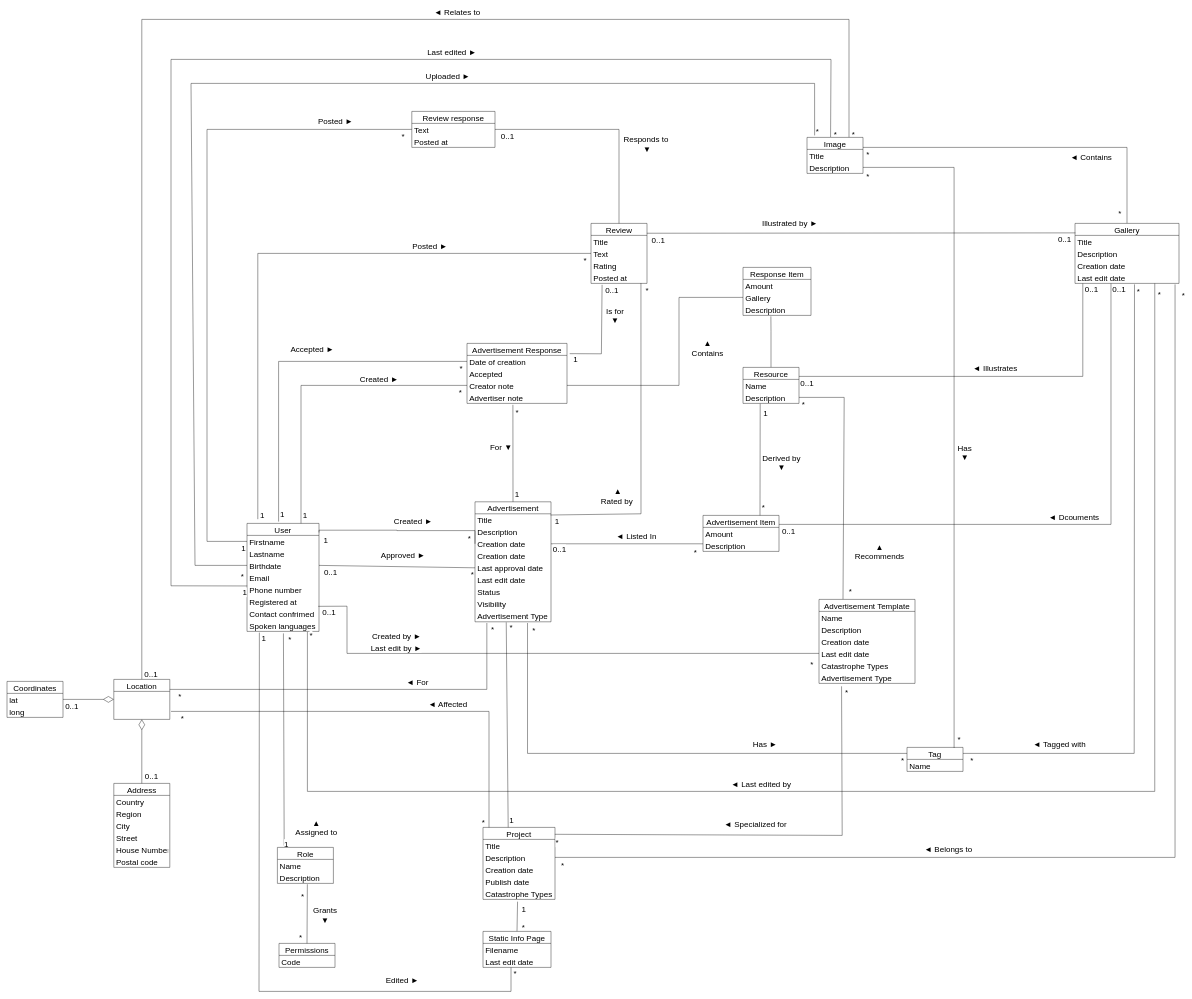
The draw.io diagram models/technology/rawfiles/edigio_entities.drawio in opendatalabcz/Edigio, before the edit. Source tidied: cells renumbered, new cells numbered last; positions are measured from the earlier drawing's top-left corner, leaving out a move shared by most shapes. Both pictures are drawn from the tidied source at 40%, with x=0, y=0 at pixel (7, 19).
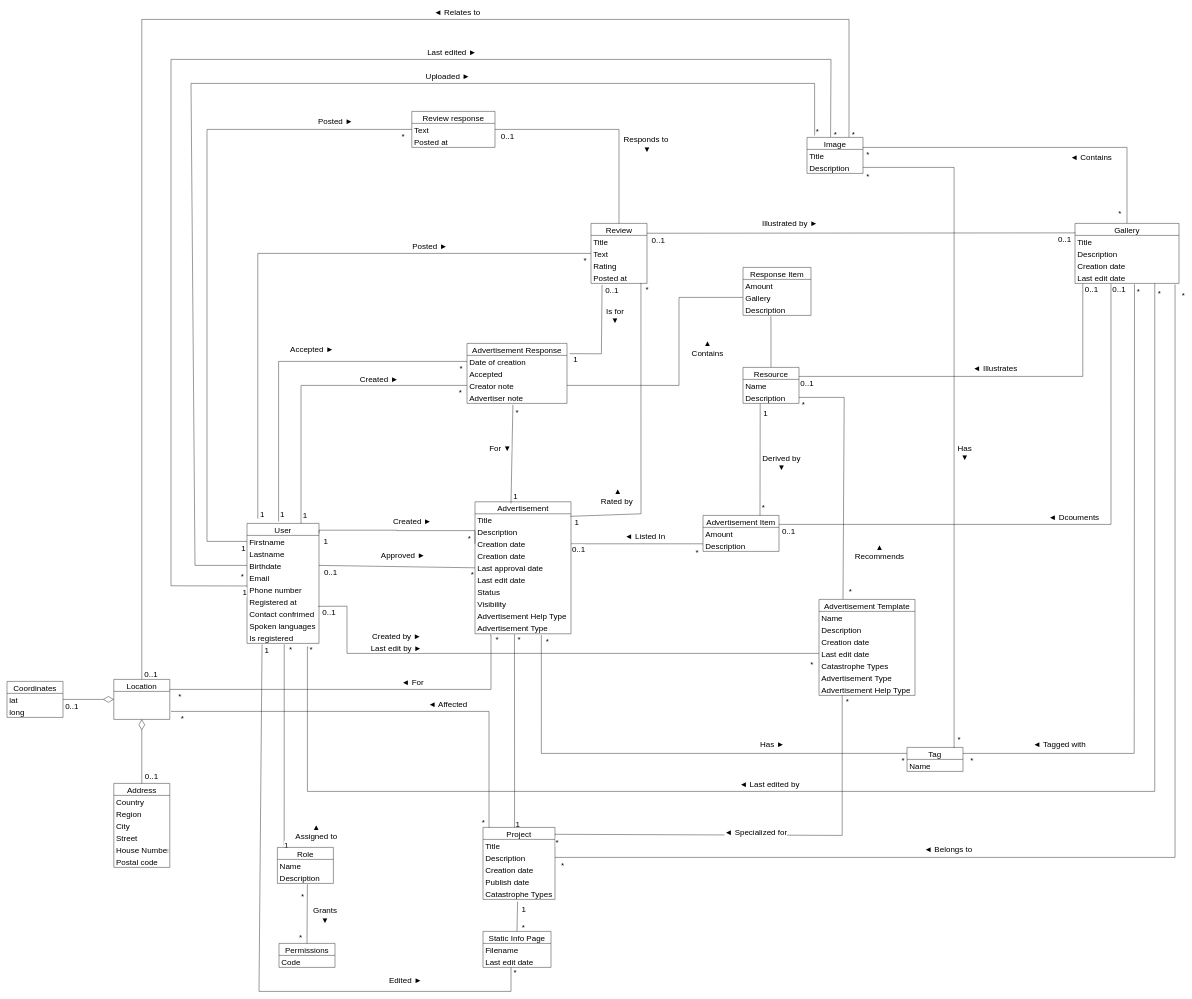
Above is the later version.

The change refers to these unchanged cells:
```xml
<mxCell id="17" value="Spoken languages" style="text;strokeColor=none;fillColor=none;align=left;verticalAlign=middle;spacingLeft=4;spacingRight=4;overflow=hidden;points=[[0,0.5],[1,0.5]];portConstraint=eastwest;fontSize=20;" parent="9" vertex="1">
  <mxGeometry y="240" width="180" height="30" as="geometry" />
</mxCell>
<mxCell id="53" value="Advertiser note" style="text;strokeColor=none;fillColor=none;align=left;verticalAlign=middle;spacingLeft=4;spacingRight=4;overflow=hidden;points=[[0,0.5],[1,0.5]];portConstraint=eastwest;fontSize=20;" parent="49" vertex="1">
  <mxGeometry y="120" width="250" height="30" as="geometry" />
</mxCell>
<mxCell id="72" value="Role" style="swimlane;fontStyle=0;horizontal=1;startSize=30;fontSize=20;" parent="1" vertex="1">
  <mxGeometry x="676" y="2070" width="140" height="90" as="geometry" />
</mxCell>
<mxCell id="114" value="Last edit date" style="text;strokeColor=none;fillColor=none;align=left;verticalAlign=middle;spacingLeft=4;spacingRight=4;overflow=hidden;points=[[0,0.5],[1,0.5]];portConstraint=eastwest;fontSize=20;" parent="110" vertex="1">
  <mxGeometry y="120" width="260" height="30" as="geometry" />
</mxCell>
<mxCell id="115" value="Tag" style="swimlane;fontStyle=0;horizontal=1;startSize=30;fontSize=20;" parent="1" vertex="1">
  <mxGeometry x="2250" y="1820" width="140" height="60" as="geometry" />
</mxCell>
<mxCell id="124" value="Project" style="swimlane;fontStyle=0;horizontal=1;startSize=30;fontSize=20;" parent="1" vertex="1">
  <mxGeometry x="1190" y="2020" width="180" height="180" as="geometry" />
</mxCell>
<mxCell id="143" value="Last edit date" style="text;strokeColor=none;fillColor=none;align=left;verticalAlign=middle;spacingLeft=4;spacingRight=4;overflow=hidden;points=[[0,0.5],[1,0.5]];portConstraint=eastwest;fontSize=20;" parent="141" vertex="1">
  <mxGeometry y="60" width="170" height="30" as="geometry" />
</mxCell>
<mxCell id="148" value="Location" style="swimlane;fontStyle=0;horizontal=1;startSize=30;fontSize=20;" parent="1" vertex="1">
  <mxGeometry x="267" y="1650" width="140" height="100" as="geometry" />
</mxCell>
<mxCell id="165" value="Advertisement Type" style="text;strokeColor=none;fillColor=none;align=left;verticalAlign=middle;spacingLeft=4;spacingRight=4;overflow=hidden;points=[[0,0.5],[1,0.5]];portConstraint=eastwest;fontSize=20;" parent="159" vertex="1">
  <mxGeometry y="180" width="240" height="30" as="geometry" />
</mxCell>
```

Diff of the diagram source:
```diff
@@
     <mxCell id="9" value="User" style="swimlane;fontStyle=0;horizontal=1;startSize=30;fontSize=20;" parent="1" vertex="1">
-      <mxGeometry x="600" y="1260" width="180" height="270" as="geometry" />
+      <mxGeometry x="600" y="1260" width="180" height="300" as="geometry" />
     </mxCell>
@@
+    <mxCell id="224" value="Is registered" style="text;strokeColor=none;fillColor=none;align=left;verticalAlign=middle;spacingLeft=4;spacingRight=4;overflow=hidden;points=[[0,0.5],[1,0.5]];portConstraint=eastwest;fontSize=20;" parent="9" vertex="1">
+      <mxGeometry y="270" width="180" height="30" as="geometry" />
+    </mxCell>
@@
     <mxCell id="21" value="Advertisement" style="swimlane;fontStyle=0;horizontal=1;startSize=30;fontSize=20;" parent="1" vertex="1">
-      <mxGeometry x="1170" y="1206" width="190" height="300" as="geometry" />
+      <mxGeometry x="1170" y="1206" width="240" height="330" as="geometry" />
     </mxCell>
     <mxCell id="22" value="Title" style="text;strokeColor=none;fillColor=none;align=left;verticalAlign=middle;spacingLeft=4;spacingRight=4;overflow=hidden;fontSize=20;" parent="21" vertex="1">
-      <mxGeometry y="30" width="190" height="30" as="geometry" />
+      <mxGeometry y="30" width="240" height="30" as="geometry" />
     </mxCell>
     <mxCell id="23" value="Description" style="text;strokeColor=none;fillColor=none;align=left;verticalAlign=middle;spacingLeft=4;spacingRight=4;overflow=hidden;fontSize=20;" parent="21" vertex="1">
-      <mxGeometry y="60" width="190" height="30" as="geometry" />
+      <mxGeometry y="60" width="240" height="30" as="geometry" />
     </mxCell>
     <mxCell id="24" value="Creation date" style="text;strokeColor=none;fillColor=none;align=left;verticalAlign=middle;spacingLeft=4;spacingRight=4;overflow=hidden;points=[[0,0.5],[1,0.5]];portConstraint=eastwest;fontSize=20;" parent="21" vertex="1">
-      <mxGeometry y="90" width="190" height="30" as="geometry" />
+      <mxGeometry y="90" width="240" height="30" as="geometry" />
     </mxCell>
     <mxCell id="25" value="Creation date" style="text;strokeColor=none;fillColor=none;align=left;verticalAlign=middle;spacingLeft=4;spacingRight=4;overflow=hidden;fontSize=20;" parent="21" vertex="1">
-      <mxGeometry y="120" width="190" height="30" as="geometry" />
+      <mxGeometry y="120" width="240" height="30" as="geometry" />
     </mxCell>
     <mxCell id="26" value="Last approval date" style="text;strokeColor=none;fillColor=none;align=left;verticalAlign=middle;spacingLeft=4;spacingRight=4;overflow=hidden;points=[[0,0.5],[1,0.5]];portConstraint=eastwest;fontSize=20;" parent="21" vertex="1">
-      <mxGeometry y="150" width="190" height="30" as="geometry" />
+      <mxGeometry y="150" width="240" height="30" as="geometry" />
     </mxCell>
     <mxCell id="27" value="Last edit date" style="text;strokeColor=none;fillColor=none;align=left;verticalAlign=middle;spacingLeft=4;spacingRight=4;overflow=hidden;fontSize=20;" parent="21" vertex="1">
-      <mxGeometry y="180" width="190" height="30" as="geometry" />
+      <mxGeometry y="180" width="240" height="30" as="geometry" />
     </mxCell>
     <mxCell id="28" value="Status" style="text;strokeColor=none;fillColor=none;align=left;verticalAlign=middle;spacingLeft=4;spacingRight=4;overflow=hidden;fontSize=20;" parent="21" vertex="1">
-      <mxGeometry y="210" width="190" height="30" as="geometry" />
+      <mxGeometry y="210" width="240" height="30" as="geometry" />
     </mxCell>
     <mxCell id="29" value="Visibility" style="text;strokeColor=none;fillColor=none;align=left;verticalAlign=middle;spacingLeft=4;spacingRight=4;overflow=hidden;fontSize=20;" parent="21" vertex="1">
-      <mxGeometry y="240" width="190" height="30" as="geometry" />
+      <mxGeometry y="240" width="240" height="30" as="geometry" />
     </mxCell>
+    <mxCell id="225" value="Advertisement Help Type" style="text;strokeColor=none;fillColor=none;align=left;verticalAlign=middle;spacingLeft=4;spacingRight=4;overflow=hidden;fontSize=20;" parent="21" vertex="1">
+      <mxGeometry y="270" width="240" height="30" as="geometry" />
+    </mxCell>
     <mxCell id="30" value="Advertisement Type" style="text;strokeColor=none;fillColor=none;align=left;verticalAlign=middle;spacingLeft=4;spacingRight=4;overflow=hidden;points=[[0,0.5],[1,0.5]];portConstraint=eastwest;fontSize=20;" parent="21" vertex="1">
-      <mxGeometry y="270" width="190" height="30" as="geometry" />
+      <mxGeometry y="300" width="240" height="30" as="geometry" />
     </mxCell>
@@
-    <mxCell id="38" style="edgeStyle=none;rounded=0;jettySize=auto;html=1;entryX=0.5;entryY=0;entryDx=0;entryDy=0;endArrow=none;endFill=0;verticalAlign=bottom;fontSize=20;exitX=0.459;exitY=1.119;exitDx=0;exitDy=0;exitPerimeter=0;" parent="1" edge="1" source="53" target="21">
+    <mxCell id="38" style="edgeStyle=none;rounded=0;jettySize=auto;html=1;entryX=0.375;entryY=0.012;entryDx=0;entryDy=0;endArrow=none;endFill=0;verticalAlign=bottom;fontSize=20;exitX=0.459;exitY=1.119;exitDx=0;exitDy=0;exitPerimeter=0;entryPerimeter=0;" parent="1" edge="1" source="53" target="21">
       <mxGeometry relative="1" as="geometry" />
     </mxCell>
@@
-    <mxCell id="68" style="edgeStyle=none;rounded=0;jettySize=auto;html=1;exitX=0.121;exitY=-0.05;exitDx=0;exitDy=0;fontSize=20;endArrow=none;endFill=0;verticalAlign=bottom;exitPerimeter=0;entryX=0.506;entryY=1.167;entryDx=0;entryDy=0;entryPerimeter=0;" parent="1" edge="1" source="72" target="17">
+    <mxCell id="68" style="edgeStyle=none;rounded=0;jettySize=auto;html=1;exitX=0.121;exitY=-0.05;exitDx=0;exitDy=0;fontSize=20;endArrow=none;endFill=0;verticalAlign=bottom;exitPerimeter=0;entryX=0.517;entryY=1.07;entryDx=0;entryDy=0;entryPerimeter=0;" parent="1" edge="1" source="72" target="224">
       <mxGeometry relative="1" as="geometry" />
     </mxCell>
@@
-    <mxCell id="117" style="edgeStyle=none;rounded=0;jettySize=auto;html=1;fontSize=20;endArrow=none;endFill=0;verticalAlign=bottom;exitX=0.35;exitY=0.004;exitDx=0;exitDy=0;exitPerimeter=0;entryX=0.411;entryY=1.044;entryDx=0;entryDy=0;entryPerimeter=0;" parent="1" edge="1" source="124" target="30">
-      <mxGeometry relative="1" as="geometry" />
+    <mxCell id="117" style="edgeStyle=none;rounded=0;jettySize=auto;html=1;fontSize=20;endArrow=none;endFill=0;verticalAlign=bottom;entryX=0.411;entryY=1.044;entryDx=0;entryDy=0;entryPerimeter=0;" parent="1" edge="1" target="30">
+      <mxGeometry relative="1" as="geometry">
+        <mxPoint x="1269" y="2030" as="sourcePoint" />
+      </mxGeometry>
     </mxCell>
@@
-    <mxCell id="134" style="edgeStyle=none;rounded=0;jettySize=auto;html=1;fontSize=20;endArrow=none;endFill=0;verticalAlign=bottom;entryX=0.412;entryY=1;entryDx=0;entryDy=0;entryPerimeter=0;exitX=0.172;exitY=1.1;exitDx=0;exitDy=0;exitPerimeter=0;" parent="1" edge="1" source="17" target="143">
+    <mxCell id="134" style="edgeStyle=none;rounded=0;jettySize=auto;html=1;fontSize=20;endArrow=none;endFill=0;verticalAlign=bottom;entryX=0.412;entryY=1;entryDx=0;entryDy=0;entryPerimeter=0;exitX=0.209;exitY=1.07;exitDx=0;exitDy=0;exitPerimeter=0;" parent="1" edge="1" source="224" target="143">
       <mxGeometry relative="1" as="geometry">
         <Array as="points">
           <mxPoint x="630" y="2430" />
           <mxPoint x="1260" y="2430" />
         </Array>
       </mxGeometry>
     </mxCell>
@@
     <mxCell id="159" value="Advertisement Template" style="swimlane;fontStyle=0;horizontal=1;startSize=30;fontSize=20;" parent="1" vertex="1">
-      <mxGeometry x="2030" y="1450" width="240" height="210" as="geometry" />
+      <mxGeometry x="2030" y="1450" width="240" height="240" as="geometry" />
     </mxCell>
@@
+    <mxCell id="226" value="Advertisement Help Type" style="text;strokeColor=none;fillColor=none;align=left;verticalAlign=middle;spacingLeft=4;spacingRight=4;overflow=hidden;fontSize=20;" parent="159" vertex="1">
+      <mxGeometry y="210" width="240" height="30" as="geometry" />
+    </mxCell>
     <mxCell id="166" style="edgeStyle=orthogonalEdgeStyle;rounded=0;jettySize=auto;html=1;fontSize=20;endArrow=none;endFill=0;verticalAlign=bottom;exitX=1;exitY=0.25;exitDx=0;exitDy=0;entryX=0.156;entryY=1.1;entryDx=0;entryDy=0;entryPerimeter=0;" parent="1" edge="1" source="148" target="30">
       <mxGeometry relative="1" as="geometry">
         <Array as="points">
-          <mxPoint x="1200" y="1675" />
+          <mxPoint x="1210" y="1675" />
+          <mxPoint x="1210" y="1539" />
         </Array>
       </mxGeometry>
     </mxCell>
@@
-    <mxCell id="170" style="edgeStyle=orthogonalEdgeStyle;rounded=0;jettySize=auto;html=1;fontSize=20;endArrow=none;endFill=0;verticalAlign=bottom;entryX=0.767;entryY=1.002;entryDx=0;entryDy=0;entryPerimeter=0;exitX=0.839;exitY=1.033;exitDx=0;exitDy=0;exitPerimeter=0;" parent="1" edge="1" source="17" target="114">
+    <mxCell id="170" style="edgeStyle=orthogonalEdgeStyle;rounded=0;jettySize=auto;html=1;fontSize=20;endArrow=none;endFill=0;verticalAlign=bottom;entryX=0.767;entryY=1.002;entryDx=0;entryDy=0;entryPerimeter=0;exitX=0.851;exitY=1.293;exitDx=0;exitDy=0;exitPerimeter=0;" parent="1" edge="1" source="224" target="114">
       <mxGeometry relative="1" as="geometry">
         <Array as="points">
           <mxPoint x="751" y="1930" />
           <mxPoint x="2869" y="1930" />
         </Array>
       </mxGeometry>
     </mxCell>
@@
     <mxCell id="178" style="edgeStyle=orthogonalEdgeStyle;rounded=0;jettySize=auto;html=1;fontSize=20;endArrow=none;endFill=0;exitX=0;exitY=0.25;exitDx=0;exitDy=0;entryX=0.691;entryY=1.1;entryDx=0;entryDy=0;entryPerimeter=0;" parent="1" edge="1" source="115" target="30">
       <mxGeometry relative="1" as="geometry">
         <Array as="points">
-          <mxPoint x="1301" y="1835" />
+          <mxPoint x="1336" y="1835" />
         </Array>
       </mxGeometry>
     </mxCell>
@@
-    <mxCell id="204" style="edgeStyle=none;rounded=0;jettySize=auto;html=1;fontSize=20;endArrow=none;endFill=0;elbow=vertical;exitX=0.998;exitY=0.096;exitDx=0;exitDy=0;exitPerimeter=0;entryX=0.235;entryY=1.244;entryDx=0;entryDy=0;entryPerimeter=0;" parent="1" edge="1" source="124" target="165">
+    <mxCell id="204" style="edgeStyle=none;rounded=0;jettySize=auto;html=1;fontSize=20;endArrow=none;endFill=0;elbow=vertical;exitX=0.998;exitY=0.096;exitDx=0;exitDy=0;exitPerimeter=0;" parent="1" edge="1" source="124">
       <mxGeometry relative="1" as="geometry">
+        <mxPoint x="2088" y="1690" as="targetPoint" />
         <Array as="points">
           <mxPoint x="2088" y="2040" />
         </Array>
       </mxGeometry>
     </mxCell>
```
